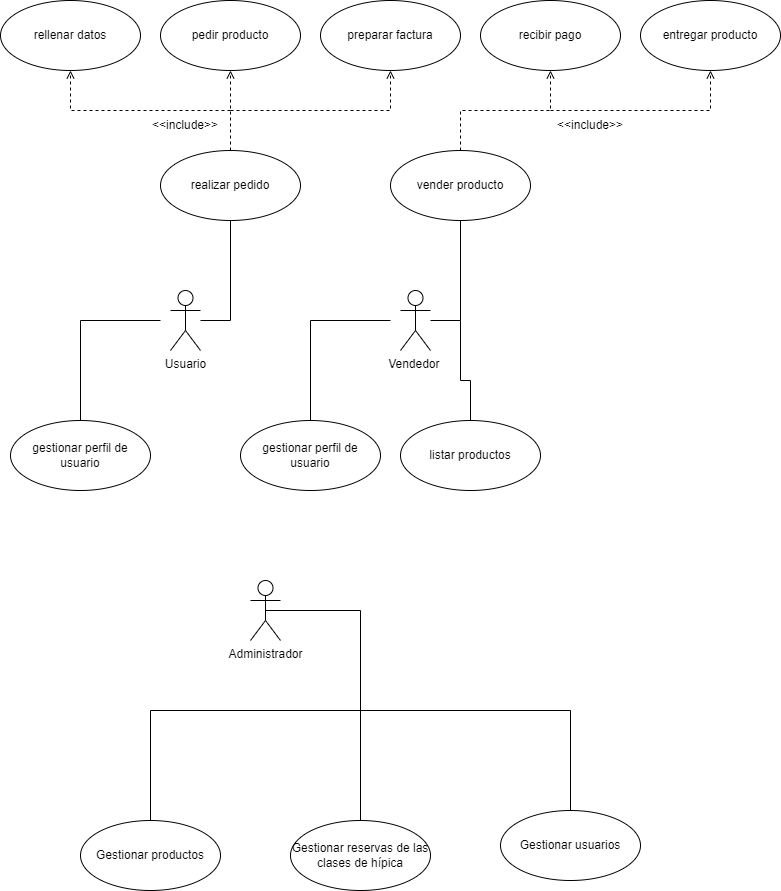
Above: diagrama_casos_de_uso.png in OscarELCRACK17/imagen (draw.io), before the change. Source tidied: cells renumbered, new cells last; positions are measured from the earlier drawing's top-left corner, leaving out a move shared by most shapes. The source it was exported from:
```xml
<mxGraphModel>
  <root>
    <mxCell id="0" />
    <mxCell id="1" parent="0" />
    <mxCell id="2" style="edgeStyle=orthogonalEdgeStyle;rounded=0;jettySize=auto;html=1;entryX=0.5;entryY=1;entryDx=0;entryDy=0;endArrow=none;endFill=0;" parent="1" edge="1" target="7">
      <mxGeometry relative="1" as="geometry">
        <mxPoint x="200" y="320" as="sourcePoint" />
        <Array as="points">
          <mxPoint x="230" y="320" />
        </Array>
      </mxGeometry>
    </mxCell>
    <mxCell id="3" value="Usuario" style="shape=umlActor;html=1;verticalLabelPosition=bottom;verticalAlign=top;align=center;" parent="1" vertex="1">
      <mxGeometry x="170" y="290" width="30" height="60" as="geometry" />
    </mxCell>
    <mxCell id="4" value="Vendedor&amp;nbsp;&lt;br&gt;" style="shape=umlActor;html=1;verticalLabelPosition=bottom;verticalAlign=top;align=center;" parent="1" vertex="1">
      <mxGeometry x="400" y="290" width="30" height="60" as="geometry" />
    </mxCell>
    <mxCell id="5" style="edgeStyle=orthogonalEdgeStyle;rounded=0;jettySize=auto;html=1;exitX=0.5;exitY=0.5;exitDx=0;exitDy=0;exitPerimeter=0;endArrow=none;endFill=0;" parent="1" edge="1" source="6" target="27">
      <mxGeometry relative="1" as="geometry">
        <Array as="points">
          <mxPoint x="360" y="610" />
        </Array>
      </mxGeometry>
    </mxCell>
    <mxCell id="6" value="Administrador" style="shape=umlActor;html=1;verticalLabelPosition=bottom;verticalAlign=top;align=center;" parent="1" vertex="1">
      <mxGeometry x="250" y="580" width="30" height="60" as="geometry" />
    </mxCell>
    <mxCell id="7" value="realizar pedido" style="ellipse;whiteSpace=wrap;html=1;" parent="1" vertex="1">
      <mxGeometry x="160" y="150" width="140" height="70" as="geometry" />
    </mxCell>
    <mxCell id="8" style="endArrow=open;html=1;rounded=0;labelBackgroundColor=default;labelBorderColor=none;verticalAlign=middle;dashed=1;endFill=0;exitX=0.5;exitY=0;exitDx=0;exitDy=0;entryX=0.5;entryY=1;entryDx=0;entryDy=0;" parent="1" edge="1" source="7" target="11">
      <mxGeometry relative="1" as="geometry">
        <Array as="points">
          <mxPoint x="230" y="110" />
        </Array>
      </mxGeometry>
    </mxCell>
    <mxCell id="9" style="endArrow=open;html=1;rounded=0;labelBackgroundColor=default;labelBorderColor=none;verticalAlign=middle;dashed=1;endFill=0;" parent="1" edge="1">
      <mxGeometry relative="1" as="geometry">
        <mxPoint x="230" y="110" as="sourcePoint" />
        <mxPoint x="390" y="70" as="targetPoint" />
        <Array as="points">
          <mxPoint x="390" y="110" />
        </Array>
      </mxGeometry>
    </mxCell>
    <mxCell id="10" style="endArrow=open;html=1;rounded=0;labelBackgroundColor=default;labelBorderColor=none;verticalAlign=middle;dashed=1;endFill=0;" parent="1" edge="1">
      <mxGeometry relative="1" as="geometry">
        <mxPoint x="230" y="110" as="sourcePoint" />
        <mxPoint x="70" y="70" as="targetPoint" />
        <Array as="points">
          <mxPoint x="70" y="110" />
        </Array>
      </mxGeometry>
    </mxCell>
    <mxCell id="11" value="pedir producto" style="ellipse;whiteSpace=wrap;html=1;" parent="1" vertex="1">
      <mxGeometry x="160" width="140" height="70" as="geometry" />
    </mxCell>
    <mxCell id="12" value="preparar factura" style="ellipse;whiteSpace=wrap;html=1;" parent="1" vertex="1">
      <mxGeometry x="320" width="140" height="70" as="geometry" />
    </mxCell>
    <mxCell id="13" value="rellenar datos" style="ellipse;whiteSpace=wrap;html=1;" parent="1" vertex="1">
      <mxGeometry width="140" height="70" as="geometry" />
    </mxCell>
    <mxCell id="14" style="edgeStyle=orthogonalEdgeStyle;rounded=0;jettySize=auto;html=1;entryX=0.5;entryY=0;entryDx=0;entryDy=0;endArrow=none;endFill=0;" parent="1" edge="1" target="15">
      <mxGeometry relative="1" as="geometry">
        <mxPoint x="160" y="320" as="sourcePoint" />
        <Array as="points">
          <mxPoint x="80" y="320" />
        </Array>
      </mxGeometry>
    </mxCell>
    <mxCell id="15" value="gestionar perfil de usuario" style="ellipse;whiteSpace=wrap;html=1;" parent="1" vertex="1">
      <mxGeometry x="10" y="420" width="140" height="70" as="geometry" />
    </mxCell>
    <mxCell id="16" value="gestionar perfil de usuario" style="ellipse;whiteSpace=wrap;html=1;" parent="1" vertex="1">
      <mxGeometry x="240" y="420" width="140" height="70" as="geometry" />
    </mxCell>
    <mxCell id="17" style="edgeStyle=orthogonalEdgeStyle;rounded=0;jettySize=auto;html=1;entryX=0.5;entryY=0;entryDx=0;entryDy=0;endArrow=none;endFill=0;" parent="1" edge="1" target="16">
      <mxGeometry relative="1" as="geometry">
        <mxPoint x="390" y="320" as="sourcePoint" />
        <Array as="points">
          <mxPoint x="310" y="320" />
        </Array>
      </mxGeometry>
    </mxCell>
    <mxCell id="18" value="vender producto" style="ellipse;whiteSpace=wrap;html=1;" parent="1" vertex="1">
      <mxGeometry x="390" y="150" width="140" height="70" as="geometry" />
    </mxCell>
    <mxCell id="19" style="endArrow=open;html=1;rounded=0;labelBackgroundColor=default;labelBorderColor=none;verticalAlign=middle;dashed=1;endFill=0;exitX=0.5;exitY=0;exitDx=0;exitDy=0;entryX=0.5;entryY=1;entryDx=0;entryDy=0;" parent="1" edge="1" source="18" target="21">
      <mxGeometry relative="1" as="geometry">
        <Array as="points">
          <mxPoint x="460" y="110" />
          <mxPoint x="550" y="110" />
        </Array>
      </mxGeometry>
    </mxCell>
    <mxCell id="20" style="endArrow=open;html=1;rounded=0;labelBackgroundColor=default;labelBorderColor=none;verticalAlign=middle;dashed=1;endFill=0;entryX=0.5;entryY=1;entryDx=0;entryDy=0;" parent="1" edge="1" target="22">
      <mxGeometry relative="1" as="geometry">
        <mxPoint x="550" y="110" as="sourcePoint" />
        <Array as="points">
          <mxPoint x="710" y="110" />
        </Array>
      </mxGeometry>
    </mxCell>
    <mxCell id="21" value="recibir pago" style="ellipse;whiteSpace=wrap;html=1;" parent="1" vertex="1">
      <mxGeometry x="480" width="140" height="70" as="geometry" />
    </mxCell>
    <mxCell id="22" value="entregar producto" style="ellipse;whiteSpace=wrap;html=1;" parent="1" vertex="1">
      <mxGeometry x="640" width="140" height="70" as="geometry" />
    </mxCell>
    <mxCell id="23" style="edgeStyle=orthogonalEdgeStyle;rounded=0;jettySize=auto;html=1;entryX=0.5;entryY=1;entryDx=0;entryDy=0;endArrow=none;endFill=0;" parent="1" edge="1" target="18">
      <mxGeometry relative="1" as="geometry">
        <mxPoint x="430" y="320" as="sourcePoint" />
        <Array as="points">
          <mxPoint x="460" y="320" />
        </Array>
      </mxGeometry>
    </mxCell>
    <mxCell id="24" style="edgeStyle=orthogonalEdgeStyle;rounded=0;orthogonalLoop=1;jettySize=auto;html=1;endArrow=none;endFill=0;" parent="1" edge="1">
      <mxGeometry relative="1" as="geometry">
        <mxPoint x="460" y="320" as="sourcePoint" />
        <mxPoint x="470" y="420" as="targetPoint" />
        <Array as="points">
          <mxPoint x="460" y="380" />
          <mxPoint x="470" y="380" />
        </Array>
      </mxGeometry>
    </mxCell>
    <mxCell id="25" value="listar productos" style="ellipse;whiteSpace=wrap;html=1;" parent="1" vertex="1">
      <mxGeometry x="400" y="420" width="140" height="70" as="geometry" />
    </mxCell>
    <mxCell id="26" value="Gestionar usuarios" style="ellipse;whiteSpace=wrap;html=1;" parent="1" vertex="1">
      <mxGeometry x="500" y="810" width="140" height="70" as="geometry" />
    </mxCell>
    <mxCell id="27" value="Gestionar reservas de las clases de hípica" style="ellipse;whiteSpace=wrap;html=1;" parent="1" vertex="1">
      <mxGeometry x="290" y="820" width="140" height="70" as="geometry" />
    </mxCell>
    <mxCell id="28" value="Gestionar productos" style="ellipse;whiteSpace=wrap;html=1;" parent="1" vertex="1">
      <mxGeometry x="80" y="820" width="140" height="70" as="geometry" />
    </mxCell>
    <mxCell id="29" style="endArrow=none;html=1;rounded=0;entryX=0.5;entryY=0;entryDx=0;entryDy=0;endFill=0;" parent="1" edge="1" target="26">
      <mxGeometry relative="1" as="geometry">
        <mxPoint x="360" y="710" as="sourcePoint" />
        <Array as="points">
          <mxPoint x="570" y="710" />
        </Array>
      </mxGeometry>
    </mxCell>
    <mxCell id="30" style="endArrow=none;html=1;rounded=0;endFill=0;exitX=0.5;exitY=0;exitDx=0;exitDy=0;" parent="1" edge="1" source="28">
      <mxGeometry relative="1" as="geometry">
        <mxPoint x="360" y="710" as="targetPoint" />
        <Array as="points">
          <mxPoint x="150" y="710" />
        </Array>
      </mxGeometry>
    </mxCell>
    <mxCell id="31" value="&amp;lt;&amp;lt;include&amp;gt;&amp;gt;" style="text;html=1;strokeColor=none;fillColor=none;align=center;verticalAlign=middle;whiteSpace=wrap;rounded=0;" parent="1" vertex="1">
      <mxGeometry x="560" y="110" width="60" height="30" as="geometry" />
    </mxCell>
    <mxCell id="32" value="&amp;lt;&amp;lt;include&amp;gt;&amp;gt;" style="text;html=1;strokeColor=none;fillColor=none;align=center;verticalAlign=middle;whiteSpace=wrap;rounded=0;" parent="1" vertex="1">
      <mxGeometry x="155" y="110" width="60" height="30" as="geometry" />
    </mxCell>
  </root>
</mxGraphModel>
```
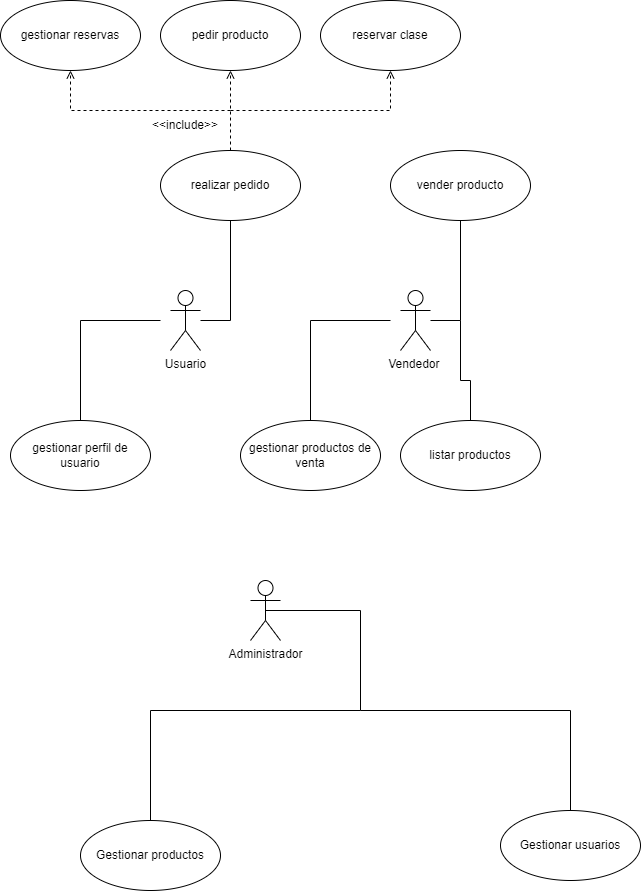
After the change.

What changed in the source:
```diff
@@ -16,8 +16,9 @@
     <mxCell id="4" value="Vendedor&amp;nbsp;&lt;br&gt;" style="shape=umlActor;html=1;verticalLabelPosition=bottom;verticalAlign=top;align=center;" parent="1" vertex="1">
       <mxGeometry x="400" y="290" width="30" height="60" as="geometry" />
     </mxCell>
-    <mxCell id="5" style="edgeStyle=orthogonalEdgeStyle;rounded=0;jettySize=auto;html=1;exitX=0.5;exitY=0.5;exitDx=0;exitDy=0;exitPerimeter=0;endArrow=none;endFill=0;" parent="1" edge="1" source="6" target="27">
+    <mxCell id="5" style="edgeStyle=orthogonalEdgeStyle;rounded=0;jettySize=auto;html=1;exitX=0.5;exitY=0.5;exitDx=0;exitDy=0;exitPerimeter=0;endArrow=none;endFill=0;" parent="1" edge="1" source="6">
       <mxGeometry relative="1" as="geometry">
+        <mxPoint x="360" y="710" as="targetPoint" />
         <Array as="points">
           <mxPoint x="360" y="610" />
         </Array>
@@ -57,10 +58,10 @@
     <mxCell id="11" value="pedir producto" style="ellipse;whiteSpace=wrap;html=1;" parent="1" vertex="1">
       <mxGeometry x="160" width="140" height="70" as="geometry" />
     </mxCell>
-    <mxCell id="12" value="preparar factura" style="ellipse;whiteSpace=wrap;html=1;" parent="1" vertex="1">
+    <mxCell id="12" value="reservar clase" style="ellipse;whiteSpace=wrap;html=1;" parent="1" vertex="1">
       <mxGeometry x="320" width="140" height="70" as="geometry" />
     </mxCell>
-    <mxCell id="13" value="rellenar datos" style="ellipse;whiteSpace=wrap;html=1;" parent="1" vertex="1">
+    <mxCell id="13" value="gestionar reservas" style="ellipse;whiteSpace=wrap;html=1;" parent="1" vertex="1">
       <mxGeometry width="140" height="70" as="geometry" />
     </mxCell>
     <mxCell id="14" style="edgeStyle=orthogonalEdgeStyle;rounded=0;jettySize=auto;html=1;entryX=0.5;entryY=0;entryDx=0;entryDy=0;endArrow=none;endFill=0;" parent="1" edge="1" target="15">
@@ -74,7 +75,7 @@
     <mxCell id="15" value="gestionar perfil de usuario" style="ellipse;whiteSpace=wrap;html=1;" parent="1" vertex="1">
       <mxGeometry x="10" y="420" width="140" height="70" as="geometry" />
     </mxCell>
-    <mxCell id="16" value="gestionar perfil de usuario" style="ellipse;whiteSpace=wrap;html=1;" parent="1" vertex="1">
+    <mxCell id="16" value="gestionar productos de venta" style="ellipse;whiteSpace=wrap;html=1;" parent="1" vertex="1">
       <mxGeometry x="240" y="420" width="140" height="70" as="geometry" />
     </mxCell>
     <mxCell id="17" style="edgeStyle=orthogonalEdgeStyle;rounded=0;jettySize=auto;html=1;entryX=0.5;entryY=0;entryDx=0;entryDy=0;endArrow=none;endFill=0;" parent="1" edge="1" target="16">
@@ -88,28 +89,6 @@
     <mxCell id="18" value="vender producto" style="ellipse;whiteSpace=wrap;html=1;" parent="1" vertex="1">
       <mxGeometry x="390" y="150" width="140" height="70" as="geometry" />
     </mxCell>
-    <mxCell id="19" style="endArrow=open;html=1;rounded=0;labelBackgroundColor=default;labelBorderColor=none;verticalAlign=middle;dashed=1;endFill=0;exitX=0.5;exitY=0;exitDx=0;exitDy=0;entryX=0.5;entryY=1;entryDx=0;entryDy=0;" parent="1" edge="1" source="18" target="21">
-      <mxGeometry relative="1" as="geometry">
-        <Array as="points">
-          <mxPoint x="460" y="110" />
-          <mxPoint x="550" y="110" />
-        </Array>
-      </mxGeometry>
-    </mxCell>
-    <mxCell id="20" style="endArrow=open;html=1;rounded=0;labelBackgroundColor=default;labelBorderColor=none;verticalAlign=middle;dashed=1;endFill=0;entryX=0.5;entryY=1;entryDx=0;entryDy=0;" parent="1" edge="1" target="22">
-      <mxGeometry relative="1" as="geometry">
-        <mxPoint x="550" y="110" as="sourcePoint" />
-        <Array as="points">
-          <mxPoint x="710" y="110" />
-        </Array>
-      </mxGeometry>
-    </mxCell>
-    <mxCell id="21" value="recibir pago" style="ellipse;whiteSpace=wrap;html=1;" parent="1" vertex="1">
-      <mxGeometry x="480" width="140" height="70" as="geometry" />
-    </mxCell>
-    <mxCell id="22" value="entregar producto" style="ellipse;whiteSpace=wrap;html=1;" parent="1" vertex="1">
-      <mxGeometry x="640" width="140" height="70" as="geometry" />
-    </mxCell>
     <mxCell id="23" style="edgeStyle=orthogonalEdgeStyle;rounded=0;jettySize=auto;html=1;entryX=0.5;entryY=1;entryDx=0;entryDy=0;endArrow=none;endFill=0;" parent="1" edge="1" target="18">
       <mxGeometry relative="1" as="geometry">
         <mxPoint x="430" y="320" as="sourcePoint" />
@@ -134,9 +113,6 @@
     <mxCell id="26" value="Gestionar usuarios" style="ellipse;whiteSpace=wrap;html=1;" parent="1" vertex="1">
       <mxGeometry x="500" y="810" width="140" height="70" as="geometry" />
     </mxCell>
-    <mxCell id="27" value="Gestionar reservas de las clases de hípica" style="ellipse;whiteSpace=wrap;html=1;" parent="1" vertex="1">
-      <mxGeometry x="290" y="820" width="140" height="70" as="geometry" />
-    </mxCell>
     <mxCell id="28" value="Gestionar productos" style="ellipse;whiteSpace=wrap;html=1;" parent="1" vertex="1">
       <mxGeometry x="80" y="820" width="140" height="70" as="geometry" />
     </mxCell>
@@ -156,9 +132,6 @@
         </Array>
       </mxGeometry>
     </mxCell>
-    <mxCell id="31" value="&amp;lt;&amp;lt;include&amp;gt;&amp;gt;" style="text;html=1;strokeColor=none;fillColor=none;align=center;verticalAlign=middle;whiteSpace=wrap;rounded=0;" parent="1" vertex="1">
-      <mxGeometry x="560" y="110" width="60" height="30" as="geometry" />
-    </mxCell>
     <mxCell id="32" value="&amp;lt;&amp;lt;include&amp;gt;&amp;gt;" style="text;html=1;strokeColor=none;fillColor=none;align=center;verticalAlign=middle;whiteSpace=wrap;rounded=0;" parent="1" vertex="1">
       <mxGeometry x="155" y="110" width="60" height="30" as="geometry" />
     </mxCell>
```
